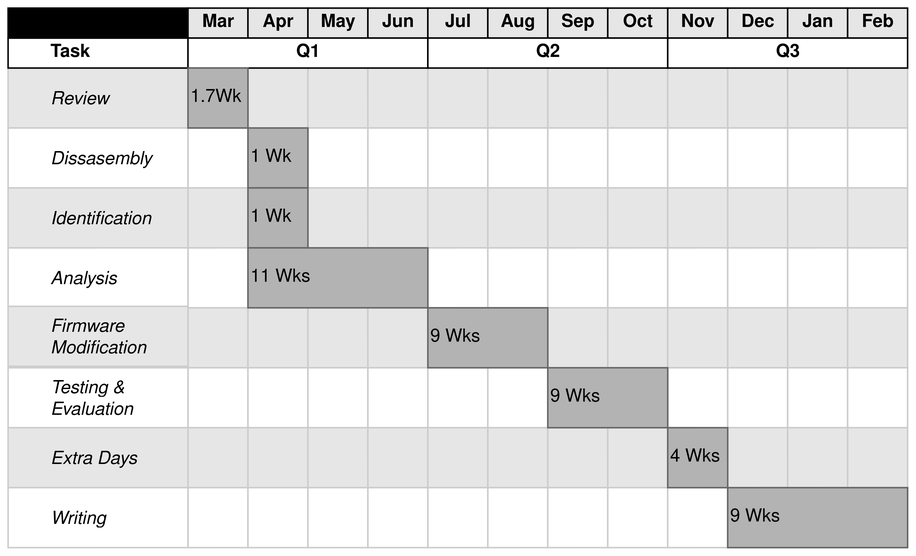
Above: CSC-809/DSU_Latex/Figures/timeline_gantt.drawio.png in micahflack/DSU (draw.io), before the change. Source tidied: cells renumbered, new cells last; positions are measured from the earlier drawing's top-left corner, leaving out a move shared by most shapes.
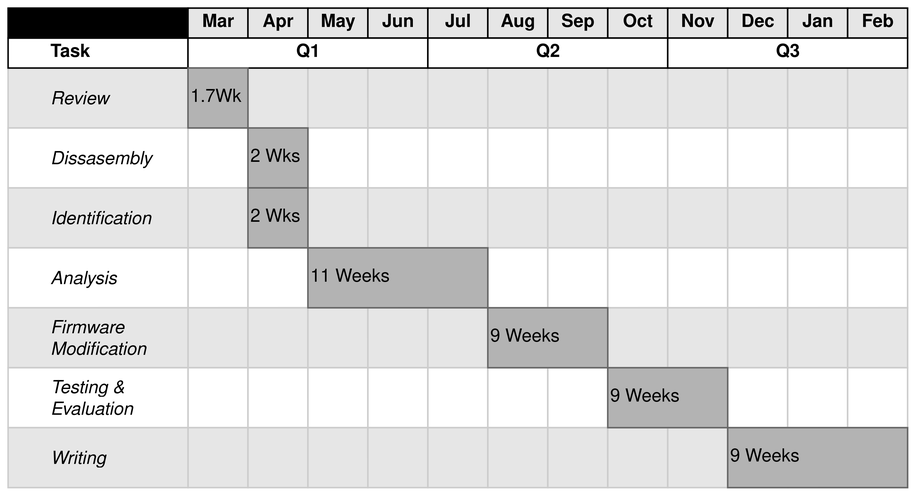
After the commit.

Commit message:
added brief timeline breakdown

Diff of the diagram source:
```diff
@@ -213,7 +213,7 @@
       <mxGeometry x="120" y="200" width="40" height="40" as="geometry" />
     </mxCell>
     <mxCell id="72" value="&lt;span style=&quot;white-space: pre;&quot;&gt;&#9;&lt;/span&gt;Firmware&lt;br&gt;&lt;span style=&quot;white-space: pre;&quot;&gt;&#9;&lt;/span&gt;Modification" style="align=left;strokeColor=#CCCCCC;html=1;fontStyle=2;fillColor=#E6E6E6;" parent="1" vertex="1">
-      <mxGeometry y="199" width="120" height="40" as="geometry" />
+      <mxGeometry y="200" width="120" height="40" as="geometry" />
     </mxCell>
     <mxCell id="73" style="align=left;strokeColor=#CCCCCC;html=1;fillColor=#E6E6E6;" parent="1" vertex="1">
       <mxGeometry x="160" y="200" width="40" height="40" as="geometry" />
@@ -287,107 +287,65 @@
     <mxCell id="96" style="align=left;strokeColor=#CCCCCC;html=1;" parent="1" vertex="1">
       <mxGeometry x="560" y="240" width="40" height="40" as="geometry" />
     </mxCell>
-    <mxCell id="97" style="align=left;strokeColor=#CCCCCC;html=1;fillColor=#E6E6E6;" parent="1" vertex="1">
-      <mxGeometry x="120" y="280" width="40" height="40" as="geometry" />
-    </mxCell>
-    <mxCell id="98" value="&lt;span style=&quot;white-space: pre;&quot;&gt;&#9;&lt;/span&gt;Extra Days" style="align=left;strokeColor=#CCCCCC;html=1;fontStyle=2;fillColor=#E6E6E6;" parent="1" vertex="1">
-      <mxGeometry y="280" width="120" height="40" as="geometry" />
-    </mxCell>
-    <mxCell id="99" style="align=left;strokeColor=#CCCCCC;html=1;fillColor=#E6E6E6;" parent="1" vertex="1">
-      <mxGeometry x="160" y="280" width="40" height="40" as="geometry" />
-    </mxCell>
-    <mxCell id="100" style="align=left;strokeColor=#CCCCCC;html=1;fillColor=#E6E6E6;" parent="1" vertex="1">
-      <mxGeometry x="200" y="280" width="40" height="40" as="geometry" />
-    </mxCell>
-    <mxCell id="101" style="align=left;strokeColor=#CCCCCC;html=1;fillColor=#E6E6E6;" parent="1" vertex="1">
-      <mxGeometry x="240" y="280" width="40" height="40" as="geometry" />
-    </mxCell>
-    <mxCell id="102" style="align=left;strokeColor=#CCCCCC;html=1;fillColor=#E6E6E6;" parent="1" vertex="1">
-      <mxGeometry x="280" y="280" width="40" height="40" as="geometry" />
-    </mxCell>
-    <mxCell id="103" style="align=left;strokeColor=#CCCCCC;html=1;fillColor=#E6E6E6;" parent="1" vertex="1">
-      <mxGeometry x="320" y="280" width="40" height="40" as="geometry" />
-    </mxCell>
-    <mxCell id="104" style="align=left;strokeColor=#CCCCCC;html=1;fillColor=#E6E6E6;" parent="1" vertex="1">
-      <mxGeometry x="360" y="280" width="40" height="40" as="geometry" />
-    </mxCell>
-    <mxCell id="105" style="align=left;strokeColor=#CCCCCC;html=1;fillColor=#E6E6E6;" parent="1" vertex="1">
-      <mxGeometry x="400" y="280" width="40" height="40" as="geometry" />
-    </mxCell>
-    <mxCell id="106" style="align=left;strokeColor=#CCCCCC;html=1;fillColor=#E6E6E6;" parent="1" vertex="1">
-      <mxGeometry x="440" y="280" width="40" height="40" as="geometry" />
-    </mxCell>
-    <mxCell id="107" style="align=left;strokeColor=#CCCCCC;html=1;fillColor=#E6E6E6;" parent="1" vertex="1">
-      <mxGeometry x="480" y="280" width="40" height="40" as="geometry" />
-    </mxCell>
-    <mxCell id="108" style="align=left;strokeColor=#CCCCCC;html=1;fillColor=#E6E6E6;" parent="1" vertex="1">
-      <mxGeometry x="520" y="280" width="40" height="40" as="geometry" />
-    </mxCell>
-    <mxCell id="109" style="align=left;strokeColor=#CCCCCC;html=1;fillColor=#E6E6E6;" parent="1" vertex="1">
-      <mxGeometry x="560" y="280" width="40" height="40" as="geometry" />
-    </mxCell>
-    <mxCell id="110" style="align=left;strokeColor=#CCCCCC;html=1;" parent="1" vertex="1">
-      <mxGeometry x="120" y="320" width="40" height="40" as="geometry" />
+    <mxCell id="110" style="align=left;strokeColor=#CCCCCC;html=1;fillColor=#E6E6E6;" parent="1" vertex="1">
+      <mxGeometry x="120" y="280" width="40" height="40" as="geometry" />
     </mxCell>
-    <mxCell id="111" value="&lt;span style=&quot;white-space: pre;&quot;&gt;&#9;&lt;/span&gt;Writing" style="align=left;strokeColor=#CCCCCC;html=1;fontStyle=2;" parent="1" vertex="1">
-      <mxGeometry y="320" width="120" height="40" as="geometry" />
+    <mxCell id="111" value="&lt;span style=&quot;white-space: pre;&quot;&gt;&#9;&lt;/span&gt;Writing" style="align=left;strokeColor=#CCCCCC;html=1;fontStyle=2;fillColor=#E6E6E6;" parent="1" vertex="1">
+      <mxGeometry y="280" width="120" height="40" as="geometry" />
     </mxCell>
-    <mxCell id="112" style="align=left;strokeColor=#CCCCCC;html=1;" parent="1" vertex="1">
-      <mxGeometry x="160" y="320" width="40" height="40" as="geometry" />
+    <mxCell id="112" style="align=left;strokeColor=#CCCCCC;html=1;fillColor=#E6E6E6;" parent="1" vertex="1">
+      <mxGeometry x="160" y="280" width="40" height="40" as="geometry" />
     </mxCell>
-    <mxCell id="113" style="align=left;strokeColor=#CCCCCC;html=1;" parent="1" vertex="1">
-      <mxGeometry x="200" y="320" width="40" height="40" as="geometry" />
+    <mxCell id="113" style="align=left;strokeColor=#CCCCCC;html=1;fillColor=#E6E6E6;" parent="1" vertex="1">
+      <mxGeometry x="200" y="280" width="40" height="40" as="geometry" />
     </mxCell>
-    <mxCell id="114" style="align=left;strokeColor=#CCCCCC;html=1;" parent="1" vertex="1">
-      <mxGeometry x="240" y="320" width="40" height="40" as="geometry" />
+    <mxCell id="114" style="align=left;strokeColor=#CCCCCC;html=1;fillColor=#E6E6E6;" parent="1" vertex="1">
+      <mxGeometry x="240" y="280" width="40" height="40" as="geometry" />
     </mxCell>
-    <mxCell id="115" style="align=left;strokeColor=#CCCCCC;html=1;" parent="1" vertex="1">
-      <mxGeometry x="280" y="320" width="40" height="40" as="geometry" />
+    <mxCell id="115" style="align=left;strokeColor=#CCCCCC;html=1;fillColor=#E6E6E6;" parent="1" vertex="1">
+      <mxGeometry x="280" y="280" width="40" height="40" as="geometry" />
     </mxCell>
-    <mxCell id="116" style="align=left;strokeColor=#CCCCCC;html=1;" parent="1" vertex="1">
-      <mxGeometry x="320" y="320" width="40" height="40" as="geometry" />
+    <mxCell id="116" style="align=left;strokeColor=#CCCCCC;html=1;fillColor=#E6E6E6;" parent="1" vertex="1">
+      <mxGeometry x="320" y="280" width="40" height="40" as="geometry" />
     </mxCell>
-    <mxCell id="117" style="align=left;strokeColor=#CCCCCC;html=1;" parent="1" vertex="1">
-      <mxGeometry x="360" y="320" width="40" height="40" as="geometry" />
+    <mxCell id="117" style="align=left;strokeColor=#CCCCCC;html=1;fillColor=#E6E6E6;" parent="1" vertex="1">
+      <mxGeometry x="360" y="280" width="40" height="40" as="geometry" />
     </mxCell>
-    <mxCell id="118" style="align=left;strokeColor=#CCCCCC;html=1;" parent="1" vertex="1">
-      <mxGeometry x="400" y="320" width="40" height="40" as="geometry" />
+    <mxCell id="118" style="align=left;strokeColor=#CCCCCC;html=1;fillColor=#E6E6E6;" parent="1" vertex="1">
+      <mxGeometry x="400" y="280" width="40" height="40" as="geometry" />
     </mxCell>
-    <mxCell id="119" style="align=left;strokeColor=#CCCCCC;html=1;" parent="1" vertex="1">
-      <mxGeometry x="440" y="320" width="40" height="40" as="geometry" />
+    <mxCell id="119" style="align=left;strokeColor=#CCCCCC;html=1;fillColor=#E6E6E6;" parent="1" vertex="1">
+      <mxGeometry x="440" y="280" width="40" height="40" as="geometry" />
     </mxCell>
     <mxCell id="120" style="align=left;strokeColor=#CCCCCC;html=1;" parent="1" vertex="1">
-      <mxGeometry x="480" y="320" width="40" height="40" as="geometry" />
+      <mxGeometry x="480" y="280" width="40" height="40" as="geometry" />
     </mxCell>
     <mxCell id="121" style="align=left;strokeColor=#CCCCCC;html=1;" parent="1" vertex="1">
-      <mxGeometry x="520" y="320" width="40" height="40" as="geometry" />
+      <mxGeometry x="520" y="280" width="40" height="40" as="geometry" />
     </mxCell>
     <mxCell id="122" style="align=left;strokeColor=#CCCCCC;html=1;" parent="1" vertex="1">
-      <mxGeometry x="560" y="320" width="40" height="40" as="geometry" />
+      <mxGeometry x="560" y="280" width="40" height="40" as="geometry" />
     </mxCell>
     <mxCell id="123" value="1.7Wk" style="align=left;strokeColor=#666666;html=1;fillColor=#B3B3B3;" parent="1" vertex="1">
       <mxGeometry x="120" y="40" width="40" height="40" as="geometry" />
     </mxCell>
-    <mxCell id="124" value="1 Wk" style="align=left;strokeColor=#666666;html=1;fillColor=#B3B3B3;" parent="1" vertex="1">
+    <mxCell id="124" value="2 Wks" style="align=left;strokeColor=#666666;html=1;fillColor=#B3B3B3;" parent="1" vertex="1">
       <mxGeometry x="160" y="80" width="40" height="40" as="geometry" />
     </mxCell>
-    <mxCell id="125" value="1 Wk" style="align=left;strokeColor=#666666;html=1;fillColor=#B3B3B3;" parent="1" vertex="1">
+    <mxCell id="125" value="2 Wks" style="align=left;strokeColor=#666666;html=1;fillColor=#B3B3B3;" parent="1" vertex="1">
       <mxGeometry x="160" y="120" width="40" height="40" as="geometry" />
     </mxCell>
-    <mxCell id="126" value="11 Wks" style="align=left;strokeColor=#666666;html=1;fillColor=#B3B3B3;" parent="1" vertex="1">
-      <mxGeometry x="160" y="160" width="120" height="40" as="geometry" />
+    <mxCell id="126" value="11 Weeks" style="align=left;strokeColor=#666666;html=1;fillColor=#B3B3B3;" parent="1" vertex="1">
+      <mxGeometry x="200" y="160" width="120" height="40" as="geometry" />
     </mxCell>
-    <mxCell id="127" value="9 Wks" style="align=left;strokeColor=#666666;html=1;fillColor=#B3B3B3;" parent="1" vertex="1">
-      <mxGeometry x="280" y="200" width="80" height="40" as="geometry" />
+    <mxCell id="127" value="9 Weeks" style="align=left;strokeColor=#666666;html=1;fillColor=#B3B3B3;" parent="1" vertex="1">
+      <mxGeometry x="320" y="200" width="80" height="40" as="geometry" />
     </mxCell>
-    <mxCell id="128" value="9 Wks" style="align=left;strokeColor=#666666;html=1;fillColor=#B3B3B3;" parent="1" vertex="1">
-      <mxGeometry x="360" y="240" width="80" height="40" as="geometry" />
+    <mxCell id="128" value="9 Weeks" style="align=left;strokeColor=#666666;html=1;fillColor=#B3B3B3;" parent="1" vertex="1">
+      <mxGeometry x="400" y="240" width="80" height="40" as="geometry" />
     </mxCell>
-    <mxCell id="129" value="4 Wks" style="align=left;strokeColor=#666666;html=1;fillColor=#B3B3B3;" parent="1" vertex="1">
-      <mxGeometry x="440" y="280" width="40" height="40" as="geometry" />
-    </mxCell>
-    <mxCell id="130" value="9 Wks" style="align=left;strokeColor=#666666;html=1;fillColor=#B3B3B3;" parent="1" vertex="1">
-      <mxGeometry x="480" y="320" width="120" height="40" as="geometry" />
+    <mxCell id="130" value="9 Weeks" style="align=left;strokeColor=#666666;html=1;fillColor=#B3B3B3;" parent="1" vertex="1">
+      <mxGeometry x="480" y="280" width="120" height="40" as="geometry" />
     </mxCell>
   </root>
 </mxGraphModel>
```
